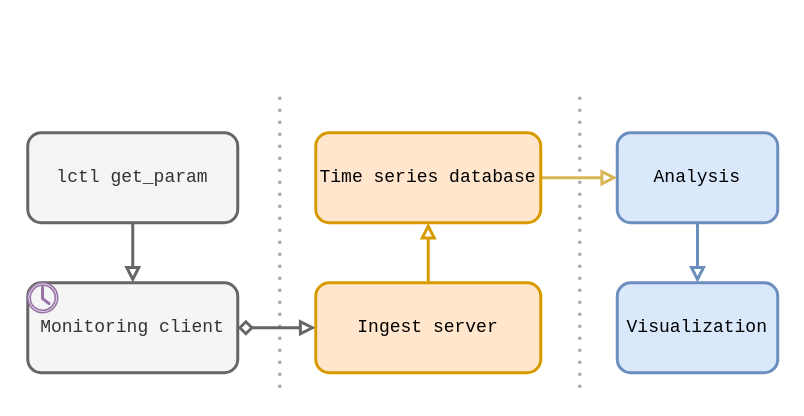
Earlier version of the draw.io diagram content/figures/lustre-monitor.drawio (jaantollander/masters-thesis). Source tidied: cells renumbered, new cells numbered last; positions are measured from the earlier drawing's top-left corner, leaving out a move shared by most shapes. Both pictures are drawn from the tidied source at 150%, with x=0, y=0 at pixel (27, 87).
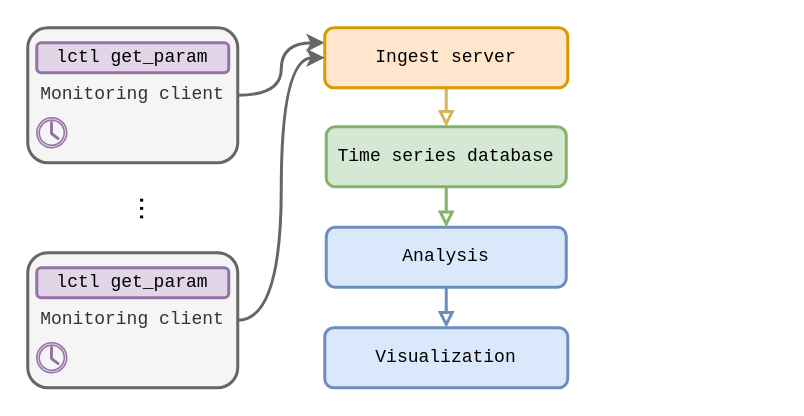
After the change.

Commit message (it also covers changes not shown here):
improved diagram

Change to the diagram source:
```diff
@@
 <mxGraphModel>
   <root>
     <mxCell id="0" />
     <mxCell id="1" parent="0" />
-    <mxCell id="2" style="edgeStyle=orthogonalEdgeStyle;rounded=0;jettySize=auto;html=1;strokeWidth=2;endArrow=block;endFill=0;startArrow=diamond;startFill=0;fontFamily=Courier New;fillColor=#f5f5f5;strokeColor=#666666;" parent="1" edge="1" source="4" target="6">
+    <mxCell id="2" style="edgeStyle=orthogonalEdgeStyle;rounded=0;jettySize=auto;html=1;entryX=0;entryY=0.25;entryDx=0;entryDy=0;strokeWidth=2;startArrow=none;startFill=0;fillColor=#f5f5f5;strokeColor=#666666;curved=1;" parent="1" edge="1" source="4" target="6">
       <mxGeometry relative="1" as="geometry" />
     </mxCell>
-    <mxCell id="3" style="edgeStyle=orthogonalEdgeStyle;rounded=0;jettySize=auto;html=1;strokeWidth=2;startArrow=block;startFill=0;endArrow=none;endFill=0;fontFamily=Courier New;fillColor=#f5f5f5;strokeColor=#666666;" parent="1" edge="1" source="4" target="7">
-      <mxGeometry relative="1" as="geometry" />
-    </mxCell>
     <mxCell id="4" value="Monitoring client" style="rounded=1;whiteSpace=wrap;html=1;strokeWidth=2;fontFamily=Courier New;fillColor=#f5f5f5;strokeColor=#666666;fontColor=#333333;" parent="1" vertex="1">
-      <mxGeometry y="130" width="140" height="60" as="geometry" />
+      <mxGeometry y="-40" width="140" height="90" as="geometry" />
     </mxCell>
-    <mxCell id="5" style="edgeStyle=orthogonalEdgeStyle;curved=1;rounded=0;jettySize=auto;html=1;strokeWidth=2;startArrow=none;startFill=0;endArrow=block;endFill=0;fontFamily=Courier New;fillColor=#ffe6cc;strokeColor=#d79b00;" parent="1" edge="1" source="6" target="10">
+    <mxCell id="5" style="rounded=0;jettySize=auto;html=1;strokeWidth=2;fontSize=20;startArrow=none;startFill=0;fillColor=#fff2cc;strokeColor=#d6b656;endArrow=block;endFill=0;" parent="1" edge="1" source="6" target="10">
       <mxGeometry relative="1" as="geometry" />
     </mxCell>
     <mxCell id="6" value="Ingest server" style="rounded=1;whiteSpace=wrap;html=1;strokeWidth=2;fontFamily=Courier New;fillColor=#ffe6cc;strokeColor=#d79b00;" parent="1" vertex="1">
-      <mxGeometry x="192" y="130" width="150" height="60" as="geometry" />
+      <mxGeometry x="198" y="-40" width="162" height="40" as="geometry" />
     </mxCell>
-    <mxCell id="7" value="lctl get_param" style="rounded=1;whiteSpace=wrap;html=1;strokeWidth=2;fontFamily=Courier New;fillColor=#f5f5f5;strokeColor=#666666;fontColor=#333333;" parent="1" vertex="1">
-      <mxGeometry y="30" width="140" height="60" as="geometry" />
+    <mxCell id="7" value="lctl get_param" style="rounded=1;whiteSpace=wrap;html=1;strokeWidth=2;fontFamily=Courier New;fillColor=#e1d5e7;strokeColor=#9673a6;" parent="1" vertex="1">
+      <mxGeometry x="6" y="-30" width="128" height="20" as="geometry" />
     </mxCell>
     <mxCell id="8" value="Analysis" style="rounded=1;whiteSpace=wrap;html=1;strokeWidth=2;fontFamily=Courier New;fillColor=#dae8fc;strokeColor=#6c8ebf;" parent="1" vertex="1">
-      <mxGeometry x="393" y="30" width="107" height="60" as="geometry" />
+      <mxGeometry x="199" y="93" width="160" height="40" as="geometry" />
     </mxCell>
-    <mxCell id="9" style="edgeStyle=orthogonalEdgeStyle;rounded=0;jettySize=auto;html=1;strokeWidth=2;fillColor=#fff2cc;strokeColor=#d6b656;endArrow=block;endFill=0;" parent="1" edge="1" source="10" target="8">
+    <mxCell id="9" style="rounded=0;jettySize=auto;html=1;strokeWidth=2;fontSize=20;startArrow=none;startFill=0;fillColor=#d5e8d4;strokeColor=#82b366;endArrow=block;endFill=0;" parent="1" edge="1" source="10" target="8">
       <mxGeometry relative="1" as="geometry" />
     </mxCell>
-    <mxCell id="10" value="Time series database" style="rounded=1;whiteSpace=wrap;html=1;strokeWidth=2;fontFamily=Courier New;fillColor=#ffe6cc;strokeColor=#d79b00;" parent="1" vertex="1">
-      <mxGeometry x="192" y="30" width="150" height="60" as="geometry" />
+    <mxCell id="10" value="Time series database" style="rounded=1;whiteSpace=wrap;html=1;strokeWidth=2;fontFamily=Courier New;fillColor=#d5e8d4;strokeColor=#82b366;" parent="1" vertex="1">
+      <mxGeometry x="199" y="26" width="160" height="40" as="geometry" />
     </mxCell>
-    <mxCell id="11" style="edgeStyle=orthogonalEdgeStyle;rounded=0;jettySize=auto;html=1;startArrow=block;startFill=0;endArrow=none;endFill=0;fillColor=#dae8fc;strokeColor=#6c8ebf;strokeWidth=2;" parent="1" edge="1" source="12" target="8">
+    <mxCell id="11" style="rounded=0;jettySize=auto;html=1;startArrow=block;startFill=0;endArrow=none;endFill=0;fillColor=#dae8fc;strokeColor=#6c8ebf;strokeWidth=2;" parent="1" edge="1" source="12" target="8">
       <mxGeometry relative="1" as="geometry" />
     </mxCell>
     <mxCell id="12" value="Visualization" style="rounded=1;whiteSpace=wrap;html=1;strokeWidth=2;fontFamily=Courier New;fillColor=#dae8fc;strokeColor=#6c8ebf;" parent="1" vertex="1">
-      <mxGeometry x="393" y="130" width="107" height="60" as="geometry" />
+      <mxGeometry x="198" y="160" width="162" height="40" as="geometry" />
     </mxCell>
-    <mxCell id="13" style="endArrow=none;dashed=1;html=1;dashPattern=1 3;strokeWidth=2;rounded=0;fillColor=#f5f5f5;strokeColor=#666666;opacity=60;" parent="1" edge="1">
-      <mxGeometry relative="1" as="geometry">
-        <mxPoint x="168" y="200" as="sourcePoint" />
-        <mxPoint x="168" as="targetPoint" />
-      </mxGeometry>
-    </mxCell>
-    <mxCell id="14" style="endArrow=none;dashed=1;html=1;dashPattern=1 3;strokeWidth=2;rounded=0;fillColor=#f5f5f5;strokeColor=#666666;opacity=60;" parent="1" edge="1">
-      <mxGeometry relative="1" as="geometry">
-        <mxPoint x="368" y="200" as="sourcePoint" />
-        <mxPoint x="368" as="targetPoint" />
-      </mxGeometry>
-    </mxCell>
     <mxCell id="15" style="sketch=0;shadow=0;dashed=0;html=1;strokeColor=#9673a6;fillColor=#e1d5e7;labelPosition=center;verticalLabelPosition=bottom;verticalAlign=top;align=center;shape=mxgraph.office.concepts.clock;" parent="1" vertex="1">
-      <mxGeometry y="130" width="20" height="20" as="geometry" />
+      <mxGeometry x="6" y="20" width="20" height="20" as="geometry" />
     </mxCell>
+    <mxCell id="16" value="..." style="text;html=1;strokeColor=none;fillColor=none;align=center;verticalAlign=middle;whiteSpace=wrap;rounded=0;dashed=1;dashPattern=1 4;strokeWidth=2;fontSize=20;rotation=90;" parent="1" vertex="1">
+      <mxGeometry x="53" y="79" width="60" height="4" as="geometry" />
+    </mxCell>
+    <mxCell id="17" style="edgeStyle=orthogonalEdgeStyle;curved=1;rounded=0;jettySize=auto;html=1;entryX=0;entryY=0.5;entryDx=0;entryDy=0;strokeWidth=2;fontSize=20;startArrow=none;startFill=0;fillColor=#f5f5f5;strokeColor=#666666;" parent="1" edge="1" source="18" target="6">
+      <mxGeometry relative="1" as="geometry" />
+    </mxCell>
+    <mxCell id="18" value="Monitoring client" style="rounded=1;whiteSpace=wrap;html=1;strokeWidth=2;fontFamily=Courier New;fillColor=#f5f5f5;strokeColor=#666666;fontColor=#333333;" parent="1" vertex="1">
+      <mxGeometry y="110" width="140" height="90" as="geometry" />
+    </mxCell>
+    <mxCell id="19" value="lctl get_param" style="rounded=1;whiteSpace=wrap;html=1;strokeWidth=2;fontFamily=Courier New;fillColor=#e1d5e7;strokeColor=#9673a6;" parent="1" vertex="1">
+      <mxGeometry x="6" y="120" width="128" height="20" as="geometry" />
+    </mxCell>
+    <mxCell id="20" style="sketch=0;shadow=0;dashed=0;html=1;strokeColor=#9673a6;fillColor=#e1d5e7;labelPosition=center;verticalLabelPosition=bottom;verticalAlign=top;align=center;shape=mxgraph.office.concepts.clock;" parent="1" vertex="1">
+      <mxGeometry x="6" y="170" width="20" height="20" as="geometry" />
+    </mxCell>
   </root>
 </mxGraphModel>
```
